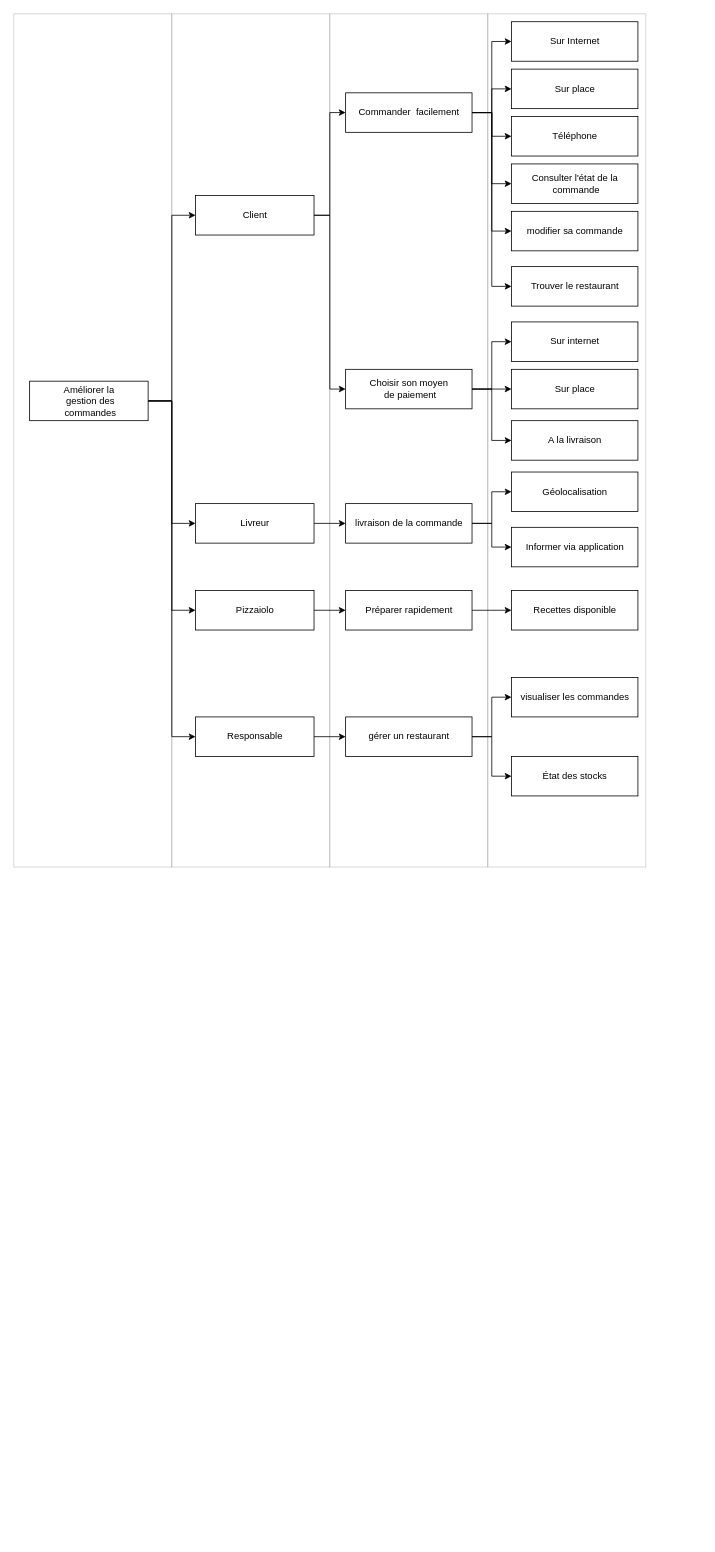
Before: diagrams/impactMapping/Impact mapping.drawio in gsagot/oc_p6_ocPizza, a draw.io diagram. Source tidied: cells renumbered, new cells numbered last; positions are measured from the earlier drawing's top-left corner, leaving out a move shared by most shapes. Both pictures are drawn from the tidied source at 79%, with x=0, y=0 at pixel (13, 13).
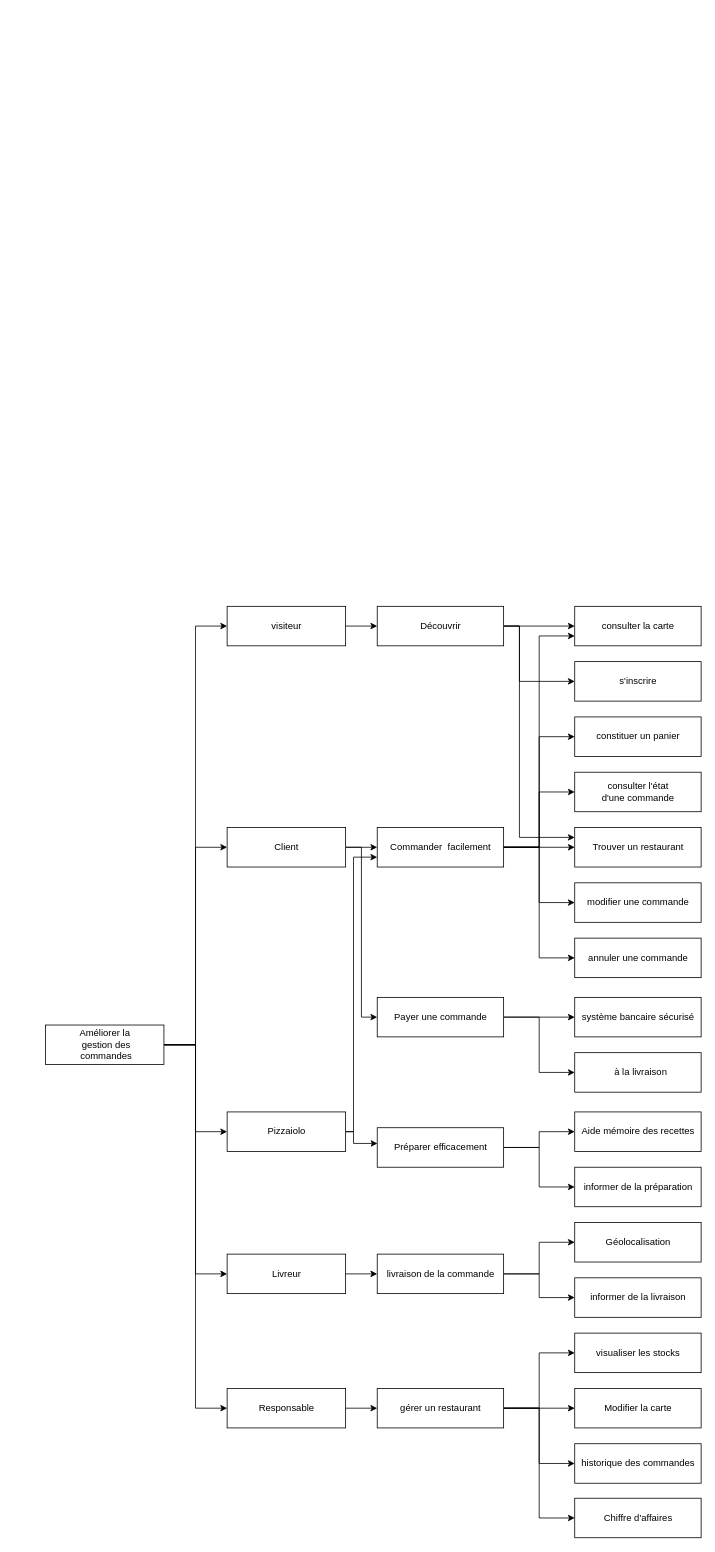
The same diagram, later.

Diff of the diagram source:
```diff
@@
-    <mxCell id="2" style="rounded=0;whiteSpace=wrap;html=1;opacity=20;" parent="1" vertex="1">
-      <mxGeometry width="200" height="1080" as="geometry" />
-    </mxCell>
-    <mxCell id="3" style="rounded=0;whiteSpace=wrap;html=1;opacity=20;" parent="1" vertex="1">
-      <mxGeometry x="200" width="200" height="1080" as="geometry" />
-    </mxCell>
-    <mxCell id="4" style="rounded=0;whiteSpace=wrap;html=1;opacity=20;" parent="1" vertex="1">
-      <mxGeometry x="400" width="200" height="1080" as="geometry" />
-    </mxCell>
-    <mxCell id="5" style="rounded=0;whiteSpace=wrap;html=1;opacity=20;" parent="1" vertex="1">
-      <mxGeometry x="600" width="200" height="1080" as="geometry" />
-    </mxCell>
+    <mxCell id="53" style="edgeStyle=orthogonalEdgeStyle;rounded=0;jettySize=auto;html=1;exitX=1;exitY=0.5;exitDx=0;exitDy=0;entryX=0;entryY=0.5;entryDx=0;entryDy=0;" parent="1" edge="1" source="10" target="75">
+      <mxGeometry relative="1" as="geometry" />
+    </mxCell>
@@
+    <mxCell id="8" style="edgeStyle=orthogonalEdgeStyle;rounded=0;jettySize=auto;html=1;exitX=1;exitY=0.5;exitDx=0;exitDy=0;entryX=0;entryY=0.5;entryDx=0;entryDy=0;" parent="1" edge="1" source="10" target="24">
+      <mxGeometry relative="1" as="geometry" />
+    </mxCell>
@@
-    <mxCell id="8" style="edgeStyle=orthogonalEdgeStyle;rounded=0;jettySize=auto;html=1;exitX=1;exitY=0.5;exitDx=0;exitDy=0;entryX=0;entryY=0.5;entryDx=0;entryDy=0;" parent="1" edge="1" source="10" target="24">
-      <mxGeometry relative="1" as="geometry" />
-    </mxCell>
@@
     <mxCell id="10" value="Améliorer la&lt;br&gt;&amp;nbsp;gestion des&lt;br&gt;&amp;nbsp;commandes" style="html=1;" parent="1" vertex="1">
-      <mxGeometry x="20" y="465" width="150" height="50" as="geometry" />
+      <mxGeometry x="40" y="1280" width="150" height="50" as="geometry" />
     </mxCell>
     <mxCell id="11" style="edgeStyle=orthogonalEdgeStyle;rounded=0;jettySize=auto;html=1;exitX=1;exitY=0.5;exitDx=0;exitDy=0;entryX=0;entryY=0.5;entryDx=0;entryDy=0;" parent="1" edge="1" source="13" target="20">
-      <mxGeometry relative="1" as="geometry">
-        <Array as="points">
-          <mxPoint x="400" y="255" />
-          <mxPoint x="400" y="125" />
-        </Array>
-      </mxGeometry>
+      <mxGeometry relative="1" as="geometry" />
     </mxCell>
-    <mxCell id="12" style="edgeStyle=orthogonalEdgeStyle;rounded=0;jettySize=auto;html=1;exitX=1;exitY=0.5;exitDx=0;exitDy=0;entryX=0;entryY=0.5;entryDx=0;entryDy=0;" parent="1" edge="1" source="13" target="28">
-      <mxGeometry relative="1" as="geometry">
-        <Array as="points">
-          <mxPoint x="400" y="255" />
-          <mxPoint x="400" y="475" />
-        </Array>
-      </mxGeometry>
-    </mxCell>
+    <mxCell id="54" style="edgeStyle=orthogonalEdgeStyle;rounded=0;jettySize=auto;html=1;exitX=1;exitY=0.5;exitDx=0;exitDy=0;entryX=0;entryY=0.5;entryDx=0;entryDy=0;" parent="1" edge="1" source="13" target="59">
+      <mxGeometry relative="1" as="geometry" />
+    </mxCell>
     <mxCell id="13" value="Client" style="html=1;" parent="1" vertex="1">
-      <mxGeometry x="230" y="230" width="150" height="50" as="geometry" />
+      <mxGeometry x="270" y="1030" width="150" height="50" as="geometry" />
     </mxCell>
-    <mxCell id="14" style="edgeStyle=orthogonalEdgeStyle;rounded=0;jettySize=auto;html=1;exitX=1;exitY=0.5;exitDx=0;exitDy=0;entryX=0;entryY=0.5;entryDx=0;entryDy=0;" parent="1" edge="1" source="20" target="37">
-      <mxGeometry relative="1" as="geometry" />
-    </mxCell>
-    <mxCell id="15" style="edgeStyle=orthogonalEdgeStyle;rounded=0;jettySize=auto;html=1;exitX=1;exitY=0.5;exitDx=0;exitDy=0;entryX=0;entryY=0.5;entryDx=0;entryDy=0;" parent="1" edge="1" source="20" target="36">
-      <mxGeometry relative="1" as="geometry" />
-    </mxCell>
-    <mxCell id="16" style="edgeStyle=orthogonalEdgeStyle;rounded=0;jettySize=auto;html=1;exitX=1;exitY=0.5;exitDx=0;exitDy=0;entryX=0;entryY=0.5;entryDx=0;entryDy=0;" parent="1" edge="1" source="20" target="35">
-      <mxGeometry relative="1" as="geometry" />
-    </mxCell>
-    <mxCell id="17" style="edgeStyle=orthogonalEdgeStyle;rounded=0;jettySize=auto;html=1;exitX=1;exitY=0.5;exitDx=0;exitDy=0;entryX=0;entryY=0.5;entryDx=0;entryDy=0;" parent="1" edge="1" source="20" target="38">
-      <mxGeometry relative="1" as="geometry" />
-    </mxCell>
-    <mxCell id="18" style="edgeStyle=orthogonalEdgeStyle;rounded=0;jettySize=auto;html=1;exitX=1;exitY=0.5;exitDx=0;exitDy=0;entryX=0;entryY=0.5;entryDx=0;entryDy=0;" parent="1" edge="1" source="20" target="40">
-      <mxGeometry relative="1" as="geometry" />
-    </mxCell>
-    <mxCell id="19" style="edgeStyle=orthogonalEdgeStyle;rounded=0;jettySize=auto;html=1;exitX=1;exitY=0.5;exitDx=0;exitDy=0;entryX=0;entryY=0.5;entryDx=0;entryDy=0;" parent="1" edge="1" source="20" target="52">
-      <mxGeometry relative="1" as="geometry" />
-    </mxCell>
-    <mxCell id="20" value="Commander &amp;nbsp;facilement" style="html=1;" parent="1" vertex="1">
-      <mxGeometry x="420" y="100" width="160" height="50" as="geometry" />
-    </mxCell>
@@
     <mxCell id="22" value="Livreur" style="html=1;" parent="1" vertex="1">
-      <mxGeometry x="230" y="620" width="150" height="50" as="geometry" />
+      <mxGeometry x="270" y="1570" width="150" height="50" as="geometry" />
     </mxCell>
-    <mxCell id="23" style="edgeStyle=orthogonalEdgeStyle;rounded=0;jettySize=auto;html=1;exitX=1;exitY=0.5;exitDx=0;exitDy=0;" parent="1" edge="1" source="24" target="44">
-      <mxGeometry relative="1" as="geometry" />
-    </mxCell>
+    <mxCell id="55" style="edgeStyle=orthogonalEdgeStyle;rounded=0;jettySize=auto;html=1;exitX=1;exitY=0.5;exitDx=0;exitDy=0;entryX=0;entryY=0.75;entryDx=0;entryDy=0;" parent="1" edge="1" source="24" target="20">
+      <mxGeometry relative="1" as="geometry">
+        <Array as="points">
+          <mxPoint x="430" y="1415" />
+          <mxPoint x="430" y="1068" />
+        </Array>
+      </mxGeometry>
+    </mxCell>
+    <mxCell id="56" style="edgeStyle=orthogonalEdgeStyle;rounded=0;jettySize=auto;html=1;exitX=1;exitY=0.5;exitDx=0;exitDy=0;entryX=0.002;entryY=0.398;entryDx=0;entryDy=0;entryPerimeter=0;" parent="1" edge="1" source="24" target="66">
+      <mxGeometry relative="1" as="geometry">
+        <Array as="points">
+          <mxPoint x="430" y="1415" />
+          <mxPoint x="430" y="1430" />
+          <mxPoint x="460" y="1430" />
+        </Array>
+      </mxGeometry>
+    </mxCell>
     <mxCell id="24" value="Pizzaiolo" style="html=1;" parent="1" vertex="1">
-      <mxGeometry x="230" y="730" width="150" height="50" as="geometry" />
+      <mxGeometry x="270" y="1390" width="150" height="50" as="geometry" />
     </mxCell>
-    <mxCell id="25" style="edgeStyle=orthogonalEdgeStyle;rounded=0;jettySize=auto;html=1;exitX=1;exitY=0.5;exitDx=0;exitDy=0;entryX=0;entryY=0.5;entryDx=0;entryDy=0;" parent="1" edge="1" source="28" target="39">
-      <mxGeometry relative="1" as="geometry" />
-    </mxCell>
-    <mxCell id="26" style="edgeStyle=orthogonalEdgeStyle;rounded=0;jettySize=auto;html=1;exitX=1;exitY=0.5;exitDx=0;exitDy=0;entryX=0;entryY=0.5;entryDx=0;entryDy=0;" parent="1" edge="1" source="28" target="29">
-      <mxGeometry relative="1" as="geometry" />
-    </mxCell>
-    <mxCell id="27" style="edgeStyle=orthogonalEdgeStyle;rounded=0;jettySize=auto;html=1;exitX=1;exitY=0.5;exitDx=0;exitDy=0;entryX=0;entryY=0.5;entryDx=0;entryDy=0;" parent="1" edge="1" source="28" target="41">
-      <mxGeometry relative="1" as="geometry" />
-    </mxCell>
-    <mxCell id="28" value="Choisir son moyen&lt;br&gt;&amp;nbsp;de paiement" style="html=1;" parent="1" vertex="1">
-      <mxGeometry x="420" y="450" width="160" height="50" as="geometry" />
-    </mxCell>
-    <mxCell id="29" value="Sur place" style="html=1;" parent="1" vertex="1">
-      <mxGeometry x="630" y="450" width="160" height="50" as="geometry" />
-    </mxCell>
+    <mxCell id="57" style="edgeStyle=orthogonalEdgeStyle;rounded=0;jettySize=auto;html=1;exitX=1;exitY=0.5;exitDx=0;exitDy=0;" parent="1" edge="1" source="59" target="86">
+      <mxGeometry relative="1" as="geometry" />
+    </mxCell>
+    <mxCell id="58" style="edgeStyle=orthogonalEdgeStyle;rounded=0;jettySize=auto;html=1;exitX=1;exitY=0.5;exitDx=0;exitDy=0;entryX=0;entryY=0.5;entryDx=0;entryDy=0;" parent="1" edge="1" source="59" target="89">
+      <mxGeometry relative="1" as="geometry" />
+    </mxCell>
+    <mxCell id="59" value="Payer une commande" style="html=1;" parent="1" vertex="1">
+      <mxGeometry x="460" y="1245" width="160" height="50" as="geometry" />
+    </mxCell>
-    <mxCell id="30" style="edgeStyle=orthogonalEdgeStyle;rounded=0;jettySize=auto;html=1;exitX=1;exitY=0.5;exitDx=0;exitDy=0;" parent="1" edge="1" source="32" target="33">
+    <mxCell id="30" style="edgeStyle=orthogonalEdgeStyle;rounded=0;jettySize=auto;html=1;exitX=1;exitY=0.5;exitDx=0;exitDy=0;entryX=0;entryY=0.5;entryDx=0;entryDy=0;" parent="1" edge="1" source="32" target="33">
       <mxGeometry relative="1" as="geometry" />
     </mxCell>
-    <mxCell id="31" style="edgeStyle=orthogonalEdgeStyle;rounded=0;jettySize=auto;html=1;exitX=1;exitY=0.5;exitDx=0;exitDy=0;entryX=0;entryY=0.5;entryDx=0;entryDy=0;" parent="1" edge="1" source="32" target="42">
-      <mxGeometry relative="1" as="geometry" />
-    </mxCell>
+    <mxCell id="60" style="edgeStyle=orthogonalEdgeStyle;rounded=0;jettySize=auto;html=1;exitX=1;exitY=0.5;exitDx=0;exitDy=0;entryX=0;entryY=0.5;entryDx=0;entryDy=0;" parent="1" edge="1" source="32" target="91">
+      <mxGeometry relative="1" as="geometry" />
+    </mxCell>
     <mxCell id="32" value="livraison de la commande" style="html=1;" parent="1" vertex="1">
-      <mxGeometry x="420" y="620" width="160" height="50" as="geometry" />
+      <mxGeometry x="460" y="1570" width="160" height="50" as="geometry" />
     </mxCell>
     <mxCell id="33" value="Géolocalisation" style="html=1;" parent="1" vertex="1">
-      <mxGeometry x="630" y="580" width="160" height="50" as="geometry" />
+      <mxGeometry x="710" y="1530" width="160" height="50" as="geometry" />
     </mxCell>
-    <mxCell id="34" value="Recettes disponible" style="html=1;" parent="1" vertex="1">
-      <mxGeometry x="630" y="730" width="160" height="50" as="geometry" />
-    </mxCell>
-    <mxCell id="35" value="Sur Internet" style="html=1;" parent="1" vertex="1">
-      <mxGeometry x="630" y="10" width="160" height="50" as="geometry" />
-    </mxCell>
-    <mxCell id="36" value="Sur place" style="html=1;" parent="1" vertex="1">
-      <mxGeometry x="630" y="70" width="160" height="50" as="geometry" />
-    </mxCell>
-    <mxCell id="37" value="Téléphone" style="html=1;" parent="1" vertex="1">
-      <mxGeometry x="630" y="130" width="160" height="50" as="geometry" />
-    </mxCell>
-    <mxCell id="38" value="Consulter l'état de la&lt;br&gt;&amp;nbsp;commande" style="html=1;" parent="1" vertex="1">
-      <mxGeometry x="630" y="190" width="160" height="50" as="geometry" />
-    </mxCell>
-    <mxCell id="39" value="Sur internet" style="html=1;" parent="1" vertex="1">
-      <mxGeometry x="630" y="390" width="160" height="50" as="geometry" />
-    </mxCell>
-    <mxCell id="40" value="modifier sa commande" style="html=1;" parent="1" vertex="1">
-      <mxGeometry x="630" y="250" width="160" height="50" as="geometry" />
-    </mxCell>
-    <mxCell id="41" value="A la livraison" style="html=1;" parent="1" vertex="1">
-      <mxGeometry x="630" y="515" width="160" height="50" as="geometry" />
-    </mxCell>
-    <mxCell id="42" value="Informer via application" style="html=1;" parent="1" vertex="1">
-      <mxGeometry x="630" y="650" width="160" height="50" as="geometry" />
-    </mxCell>
-    <mxCell id="43" style="edgeStyle=orthogonalEdgeStyle;rounded=0;jettySize=auto;html=1;exitX=1;exitY=0.5;exitDx=0;exitDy=0;entryX=0;entryY=0.5;entryDx=0;entryDy=0;" parent="1" edge="1" source="44" target="34">
-      <mxGeometry relative="1" as="geometry" />
-    </mxCell>
-    <mxCell id="44" value="Préparer rapidement" style="html=1;" parent="1" vertex="1">
-      <mxGeometry x="420" y="730" width="160" height="50" as="geometry" />
-    </mxCell>
+    <mxCell id="61" value="Aide mémoire des recettes" style="html=1;" parent="1" vertex="1">
+      <mxGeometry x="710" y="1390" width="160" height="50" as="geometry" />
+    </mxCell>
+    <mxCell id="62" value="modifier une commande" style="html=1;" parent="1" vertex="1">
+      <mxGeometry x="710" y="1100" width="160" height="50" as="geometry" />
+    </mxCell>
+    <mxCell id="63" value="constituer un panier" style="html=1;" parent="1" vertex="1">
+      <mxGeometry x="710" y="890" width="160" height="50" as="geometry" />
+    </mxCell>
+    <mxCell id="64" style="edgeStyle=orthogonalEdgeStyle;rounded=0;jettySize=auto;html=1;exitX=1;exitY=0.5;exitDx=0;exitDy=0;" parent="1" edge="1" source="66" target="61">
+      <mxGeometry relative="1" as="geometry" />
+    </mxCell>
+    <mxCell id="65" style="edgeStyle=orthogonalEdgeStyle;rounded=0;jettySize=auto;html=1;exitX=1;exitY=0.5;exitDx=0;exitDy=0;" parent="1" edge="1" source="66" target="90">
+      <mxGeometry relative="1" as="geometry" />
+    </mxCell>
+    <mxCell id="66" value="Préparer efficacement" style="html=1;" parent="1" vertex="1">
+      <mxGeometry x="460" y="1410" width="160" height="50" as="geometry" />
+    </mxCell>
@@
     <mxCell id="46" value="Responsable&lt;br&gt;" style="html=1;" parent="1" vertex="1">
-      <mxGeometry x="230" y="890" width="150" height="50" as="geometry" />
+      <mxGeometry x="270" y="1740" width="150" height="50" as="geometry" />
     </mxCell>
-    <mxCell id="47" value="État des stocks" style="html=1;" parent="1" vertex="1">
-      <mxGeometry x="630" y="940" width="160" height="50" as="geometry" />
-    </mxCell>
-    <mxCell id="48" style="edgeStyle=orthogonalEdgeStyle;rounded=0;jettySize=auto;html=1;exitX=1;exitY=0.5;exitDx=0;exitDy=0;" parent="1" edge="1" source="50" target="47">
-      <mxGeometry relative="1" as="geometry" />
-    </mxCell>
-    <mxCell id="49" style="edgeStyle=orthogonalEdgeStyle;rounded=0;jettySize=auto;html=1;exitX=1;exitY=0.5;exitDx=0;exitDy=0;entryX=0;entryY=0.5;entryDx=0;entryDy=0;" parent="1" edge="1" source="50" target="51">
-      <mxGeometry relative="1" as="geometry" />
-    </mxCell>
+    <mxCell id="67" value="Modifier la carte" style="html=1;" parent="1" vertex="1">
+      <mxGeometry x="710" y="1740" width="160" height="50" as="geometry" />
+    </mxCell>
+    <mxCell id="68" style="edgeStyle=orthogonalEdgeStyle;rounded=0;jettySize=auto;html=1;exitX=1;exitY=0.5;exitDx=0;exitDy=0;entryX=0;entryY=0.5;entryDx=0;entryDy=0;" parent="1" edge="1" source="50" target="72">
+      <mxGeometry relative="1" as="geometry" />
+    </mxCell>
+    <mxCell id="69" style="edgeStyle=orthogonalEdgeStyle;rounded=0;jettySize=auto;html=1;exitX=1;exitY=0.5;exitDx=0;exitDy=0;entryX=0;entryY=0.5;entryDx=0;entryDy=0;" parent="1" edge="1" source="50" target="67">
+      <mxGeometry relative="1" as="geometry" />
+    </mxCell>
+    <mxCell id="70" style="edgeStyle=orthogonalEdgeStyle;rounded=0;jettySize=auto;html=1;exitX=1;exitY=0.5;exitDx=0;exitDy=0;entryX=0;entryY=0.5;entryDx=0;entryDy=0;" parent="1" edge="1" source="50" target="92">
+      <mxGeometry relative="1" as="geometry" />
+    </mxCell>
+    <mxCell id="71" style="edgeStyle=orthogonalEdgeStyle;rounded=0;jettySize=auto;html=1;exitX=1;exitY=0.5;exitDx=0;exitDy=0;entryX=0;entryY=0.5;entryDx=0;entryDy=0;" parent="1" edge="1" source="50" target="94">
+      <mxGeometry relative="1" as="geometry" />
+    </mxCell>
     <mxCell id="50" value="gérer un restaurant" style="html=1;" parent="1" vertex="1">
-      <mxGeometry x="420" y="890" width="160" height="50" as="geometry" />
+      <mxGeometry x="460" y="1740" width="160" height="50" as="geometry" />
     </mxCell>
-    <mxCell id="51" value="visualiser les commandes" style="html=1;" parent="1" vertex="1">
-      <mxGeometry x="630" y="840" width="160" height="50" as="geometry" />
-    </mxCell>
-    <mxCell id="52" value="Trouver le restaurant" style="html=1;" parent="1" vertex="1">
-      <mxGeometry x="630" y="320" width="160" height="50" as="geometry" />
-    </mxCell>
+    <mxCell id="72" value="visualiser les stocks" style="html=1;" parent="1" vertex="1">
+      <mxGeometry x="710" y="1670" width="160" height="50" as="geometry" />
+    </mxCell>
+    <mxCell id="73" value="consulter l'état &lt;br&gt;d'une commande" style="html=1;" parent="1" vertex="1">
+      <mxGeometry x="710" y="960" width="160" height="50" as="geometry" />
+    </mxCell>
+    <mxCell id="74" style="edgeStyle=orthogonalEdgeStyle;rounded=0;jettySize=auto;html=1;exitX=1;exitY=0.5;exitDx=0;exitDy=0;entryX=0;entryY=0.5;entryDx=0;entryDy=0;" parent="1" edge="1" source="75" target="85">
+      <mxGeometry relative="1" as="geometry" />
+    </mxCell>
+    <mxCell id="75" value="visiteur" style="html=1;" parent="1" vertex="1">
+      <mxGeometry x="270" y="750" width="150" height="50" as="geometry" />
+    </mxCell>
+    <mxCell id="76" value="consulter la carte" style="html=1;" parent="1" vertex="1">
+      <mxGeometry x="710" y="750" width="160" height="50" as="geometry" />
+    </mxCell>
+    <mxCell id="77" style="edgeStyle=orthogonalEdgeStyle;rounded=0;jettySize=auto;html=1;exitX=1;exitY=0.5;exitDx=0;exitDy=0;entryX=0;entryY=0.5;entryDx=0;entryDy=0;" parent="1" edge="1" source="20" target="63">
+      <mxGeometry relative="1" as="geometry" />
+    </mxCell>
+    <mxCell id="78" style="edgeStyle=orthogonalEdgeStyle;rounded=0;jettySize=auto;html=1;exitX=1;exitY=0.5;exitDx=0;exitDy=0;entryX=0;entryY=0.5;entryDx=0;entryDy=0;" parent="1" edge="1" source="20" target="73">
+      <mxGeometry relative="1" as="geometry" />
+    </mxCell>
+    <mxCell id="79" style="edgeStyle=orthogonalEdgeStyle;rounded=0;jettySize=auto;html=1;exitX=1;exitY=0.5;exitDx=0;exitDy=0;entryX=0;entryY=0.5;entryDx=0;entryDy=0;" parent="1" edge="1" source="20" target="62">
+      <mxGeometry relative="1" as="geometry" />
+    </mxCell>
+    <mxCell id="80" style="edgeStyle=orthogonalEdgeStyle;rounded=0;jettySize=auto;html=1;exitX=1;exitY=0.5;exitDx=0;exitDy=0;entryX=0;entryY=0.5;entryDx=0;entryDy=0;" parent="1" edge="1" source="20" target="88">
+      <mxGeometry relative="1" as="geometry" />
+    </mxCell>
+    <mxCell id="81" style="edgeStyle=orthogonalEdgeStyle;rounded=0;jettySize=auto;html=1;exitX=1;exitY=0.5;exitDx=0;exitDy=0;entryX=0;entryY=0.5;entryDx=0;entryDy=0;" parent="1" edge="1" source="20" target="93">
+      <mxGeometry relative="1" as="geometry" />
+    </mxCell>
+    <mxCell id="20" value="Commander &amp;nbsp;facilement" style="html=1;" parent="1" vertex="1">
+      <mxGeometry x="460" y="1030" width="160" height="50" as="geometry" />
+    </mxCell>
+    <mxCell id="82" style="edgeStyle=orthogonalEdgeStyle;rounded=0;jettySize=auto;html=1;exitX=1;exitY=0.5;exitDx=0;exitDy=0;entryX=0;entryY=0.5;entryDx=0;entryDy=0;" parent="1" edge="1" source="85" target="76">
+      <mxGeometry relative="1" as="geometry" />
+    </mxCell>
+    <mxCell id="83" style="edgeStyle=orthogonalEdgeStyle;rounded=0;jettySize=auto;html=1;exitX=1;exitY=0.5;exitDx=0;exitDy=0;entryX=0;entryY=0.5;entryDx=0;entryDy=0;" parent="1" edge="1" source="85" target="87">
+      <mxGeometry relative="1" as="geometry">
+        <Array as="points">
+          <mxPoint x="640" y="775" />
+          <mxPoint x="640" y="845" />
+        </Array>
+      </mxGeometry>
+    </mxCell>
+    <mxCell id="84" style="edgeStyle=orthogonalEdgeStyle;rounded=0;jettySize=auto;html=1;exitX=1;exitY=0.5;exitDx=0;exitDy=0;entryX=0;entryY=0.25;entryDx=0;entryDy=0;" parent="1" edge="1" source="85" target="93">
+      <mxGeometry relative="1" as="geometry">
+        <Array as="points">
+          <mxPoint x="640" y="775" />
+          <mxPoint x="640" y="1043" />
+        </Array>
+      </mxGeometry>
+    </mxCell>
+    <mxCell id="85" value="Découvrir" style="html=1;" parent="1" vertex="1">
+      <mxGeometry x="460" y="750" width="160" height="50" as="geometry" />
+    </mxCell>
+    <mxCell id="86" value="système bancaire sécurisé" style="html=1;" parent="1" vertex="1">
+      <mxGeometry x="710" y="1245" width="160" height="50" as="geometry" />
+    </mxCell>
+    <mxCell id="87" value="s'inscrire" style="html=1;" parent="1" vertex="1">
+      <mxGeometry x="710" y="820" width="160" height="50" as="geometry" />
+    </mxCell>
+    <mxCell id="88" value="annuler une commande" style="html=1;" parent="1" vertex="1">
+      <mxGeometry x="710" y="1170" width="160" height="50" as="geometry" />
+    </mxCell>
+    <mxCell id="89" value="&amp;nbsp; à la livraison" style="html=1;" parent="1" vertex="1">
+      <mxGeometry x="710" y="1315" width="160" height="50" as="geometry" />
+    </mxCell>
+    <mxCell id="90" value="informer de la préparation" style="html=1;" parent="1" vertex="1">
+      <mxGeometry x="710" y="1460" width="160" height="50" as="geometry" />
+    </mxCell>
+    <mxCell id="91" value="informer de la livraison" style="html=1;" parent="1" vertex="1">
+      <mxGeometry x="710" y="1600" width="160" height="50" as="geometry" />
+    </mxCell>
+    <mxCell id="92" value="historique des commandes" style="html=1;" parent="1" vertex="1">
+      <mxGeometry x="710" y="1810" width="160" height="50" as="geometry" />
+    </mxCell>
+    <mxCell id="93" value="Trouver un restaurant" style="html=1;" parent="1" vertex="1">
+      <mxGeometry x="710" y="1030" width="160" height="50" as="geometry" />
+    </mxCell>
+    <mxCell id="94" value="Chiffre d'affaires" style="html=1;" parent="1" vertex="1">
+      <mxGeometry x="710" y="1879" width="160" height="50" as="geometry" />
+    </mxCell>
+    <mxCell id="95" style="edgeStyle=orthogonalEdgeStyle;rounded=0;jettySize=auto;html=1;exitX=1;exitY=0.5;exitDx=0;exitDy=0;entryX=0;entryY=0.75;entryDx=0;entryDy=0;" parent="1" edge="1" source="20" target="76">
+      <mxGeometry relative="1" as="geometry" />
+    </mxCell>
```
